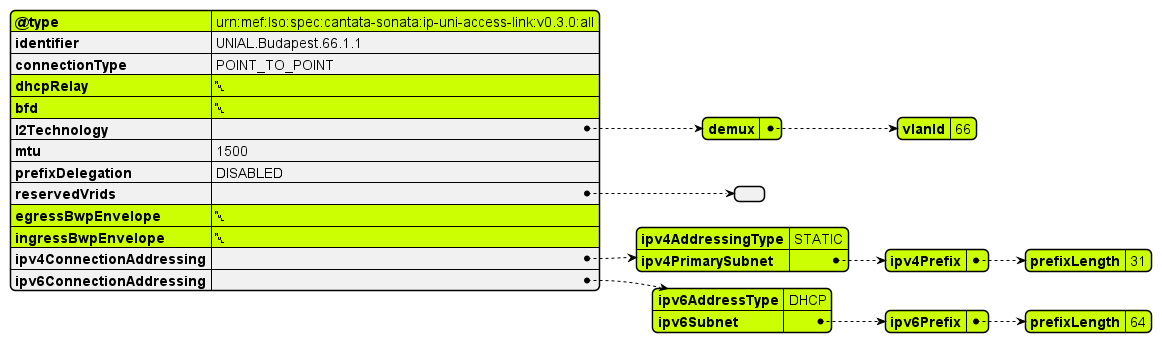
Before: documentation/productSchema/ip/internetAccess/MEF 139 resources/media/useCases/uc3UniAccesssLink.png, a diagram exported from PlantUML (MEF-GIT/MEF-LSO-Sonata-SDK). Source of this version:
```plantuml
@startjson
#highlight "@type"
#highlight "dhcpRelay"
#highlight "bfd"
#highlight "egressBwpEnvelope"
#highlight "ingressBwpEnvelope"

#highlight "l2Technology" / "demux"
#highlight "l2Technology" / "demux" / "vlanId"
#highlight "ipv4ConnectionAddressing" / "ipv4AddressingType"
#highlight "ipv4ConnectionAddressing" / "ipv4PrimarySubnet"
#highlight "ipv4ConnectionAddressing" / "ipv4PrimarySubnet" / "ipv4Prefix"
#highlight "ipv4ConnectionAddressing" / "ipv4PrimarySubnet" / "ipv4Prefix" / "prefixLength"

#highlight "ipv6ConnectionAddressing" / "ipv6Subnet"
#highlight "ipv6ConnectionAddressing" / "ipv6Subnet" / "ipv6Prefix"

#highlight "ipv6ConnectionAddressing" / "ipv6Subnet" / "ipv6Prefix" / "prefixLength"
#highlight "ipv6ConnectionAddressing" / "ipv6AddressType"


{
  "@type": "urn:mef:lso:spec:cantata-sonata:ip-uni-access-link:v0.3.0:all",
  "identifier": "UNIAL.Budapest.66.1.1",
  "connectionType": "POINT_TO_POINT",
  "dhcpRelay": null,
  "bfd": null,
  "l2Technology": {
    "demux": {
      "vlanId": 66
    }
  },
  "mtu": 1500,
  "prefixDelegation": "DISABLED",
  "reservedVrids": [],
  "egressBwpEnvelope": null,
  "ingressBwpEnvelope": null,
  "ipv4ConnectionAddressing": {
    "ipv4AddressingType": "STATIC",
    "ipv4PrimarySubnet": {
      "ipv4Prefix": {
        "prefixLength": 31
      }
    }
  },
  "ipv6ConnectionAddressing": {
    "ipv6AddressType": "DHCP",
    "ipv6Subnet": {
      "ipv6Prefix": {
        "prefixLength": 64
      }
    }
  }
}
@endjson
```
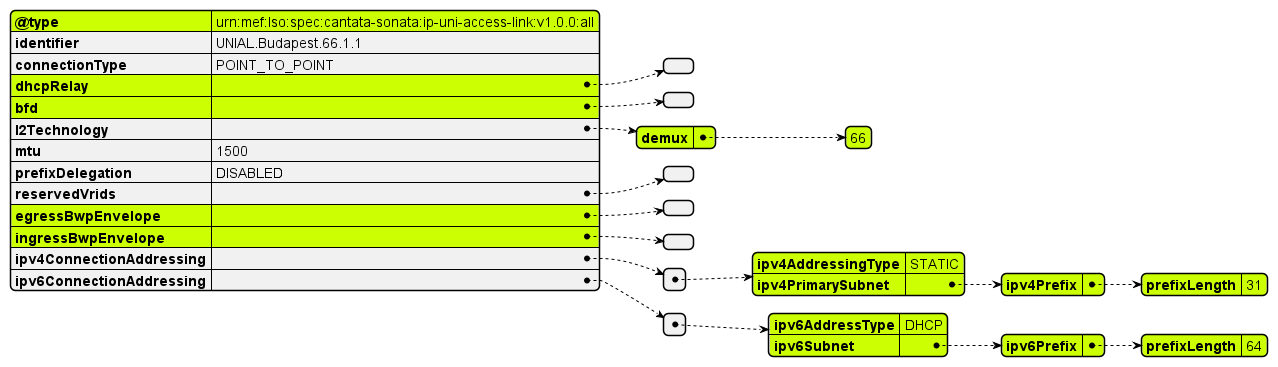
The same file after the commit.

Change to the diagram source:
```diff
@@ -6,50 +6,52 @@
 #highlight "ingressBwpEnvelope"
 
 #highlight "l2Technology" / "demux"
-#highlight "l2Technology" / "demux" / "vlanId"
-#highlight "ipv4ConnectionAddressing" / "ipv4AddressingType"
-#highlight "ipv4ConnectionAddressing" / "ipv4PrimarySubnet"
-#highlight "ipv4ConnectionAddressing" / "ipv4PrimarySubnet" / "ipv4Prefix"
-#highlight "ipv4ConnectionAddressing" / "ipv4PrimarySubnet" / "ipv4Prefix" / "prefixLength"
+#highlight "l2Technology" / "demux" / "0"
+#highlight "ipv4ConnectionAddressing" /  "0" / "ipv4AddressingType"
+#highlight "ipv4ConnectionAddressing" /  "0" / "ipv4PrimarySubnet"
+#highlight "ipv4ConnectionAddressing" /  "0" / "ipv4PrimarySubnet" / "ipv4Prefix"
+#highlight "ipv4ConnectionAddressing" /  "0" / "ipv4PrimarySubnet" / "ipv4Prefix" / "prefixLength"
 
-#highlight "ipv6ConnectionAddressing" / "ipv6Subnet"
-#highlight "ipv6ConnectionAddressing" / "ipv6Subnet" / "ipv6Prefix"
+#highlight "ipv6ConnectionAddressing" /  "0" / "ipv6Subnet"
+#highlight "ipv6ConnectionAddressing" /  "0" / "ipv6Subnet" / "ipv6Prefix"
 
-#highlight "ipv6ConnectionAddressing" / "ipv6Subnet" / "ipv6Prefix" / "prefixLength"
-#highlight "ipv6ConnectionAddressing" / "ipv6AddressType"
+#highlight "ipv6ConnectionAddressing" /  "0" / "ipv6Subnet" / "ipv6Prefix" / "prefixLength"
+#highlight "ipv6ConnectionAddressing" /  "0" / "ipv6AddressType"
 
 
 {
-  "@type": "urn:mef:lso:spec:cantata-sonata:ip-uni-access-link:v0.3.0:all",
+  "@type": "urn:mef:lso:spec:cantata-sonata:ip-uni-access-link:v1.0.0:all",
   "identifier": "UNIAL.Budapest.66.1.1",
   "connectionType": "POINT_TO_POINT",
-  "dhcpRelay": null,
-  "bfd": null,
+  "dhcpRelay": [],
+  "bfd": [],
   "l2Technology": {
-    "demux": {
-      "vlanId": 66
-    }
+    "demux": [66]
   },
   "mtu": 1500,
   "prefixDelegation": "DISABLED",
   "reservedVrids": [],
-  "egressBwpEnvelope": null,
-  "ingressBwpEnvelope": null,
-  "ipv4ConnectionAddressing": {
-    "ipv4AddressingType": "STATIC",
-    "ipv4PrimarySubnet": {
-      "ipv4Prefix": {
-        "prefixLength": 31
+  "egressBwpEnvelope": [],
+  "ingressBwpEnvelope": [],
+  "ipv4ConnectionAddressing": [
+    {
+      "ipv4AddressingType": "STATIC",
+      "ipv4PrimarySubnet": {
+        "ipv4Prefix": {
+          "prefixLength": 31
+        }
       }
     }
-  },
-  "ipv6ConnectionAddressing": {
-    "ipv6AddressType": "DHCP",
-    "ipv6Subnet": {
-      "ipv6Prefix": {
-        "prefixLength": 64
+  ],
+  "ipv6ConnectionAddressing": [
+    {
+      "ipv6AddressType": "DHCP",
+      "ipv6Subnet": {
+        "ipv6Prefix": {
+          "prefixLength": 64
+        }
       }
     }
-  }
+  ]
 }
 @endjson
```
